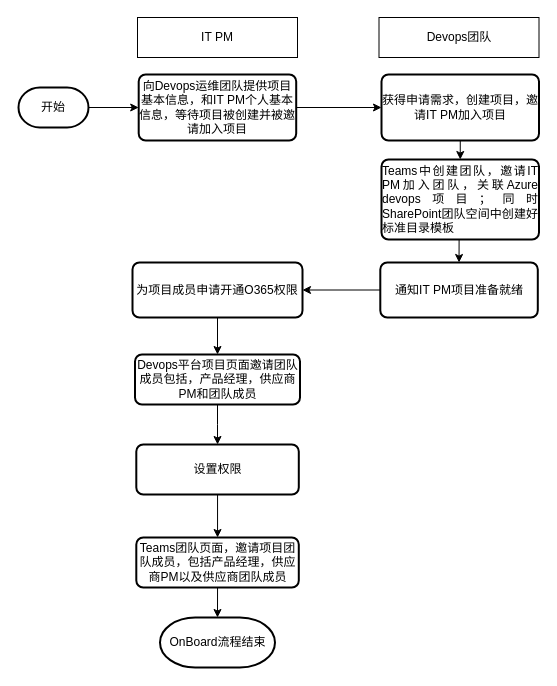
Earlier version of the draw.io diagram onboardflow.drawio (vidarlee/CardGame). Source tidied: cells renumbered, new cells numbered last; positions are measured from the earlier drawing's top-left corner, leaving out a move shared by most shapes. Both pictures are drawn from the tidied source at 100%, with x=0, y=0 at pixel (18, 17).
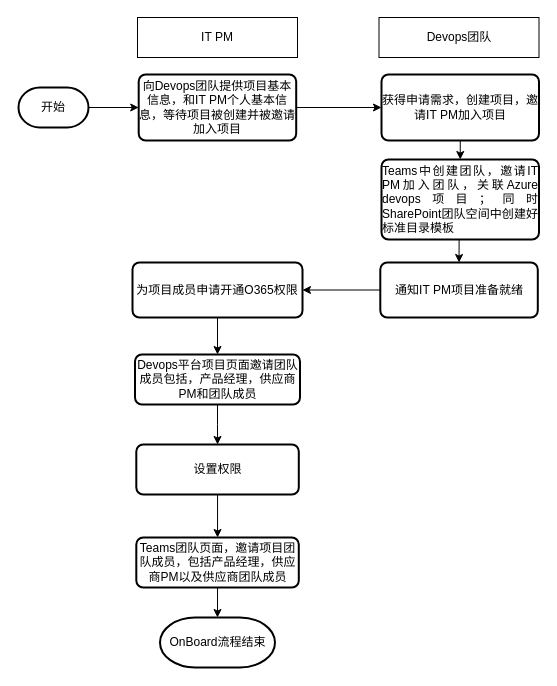
Above is the later version.

What changed in the source:
```diff
@@
-    <mxCell id="13" value="向Devops运维团队提供项目基本信息，和IT PM个人基本信息，等待项目被创建并被邀请加入项目" style="rounded=1;whiteSpace=wrap;html=1;absoluteArcSize=1;arcSize=14;strokeWidth=2;" parent="1" vertex="1">
+    <mxCell id="13" value="向Devops团队提供项目基本信息，和IT PM个人基本信息，等待项目被创建并被邀请加入项目" style="rounded=1;whiteSpace=wrap;html=1;absoluteArcSize=1;arcSize=14;strokeWidth=2;" parent="1" vertex="1">
       <mxGeometry x="120.2" y="57" width="157.5" height="66" as="geometry" />
     </mxCell>
```
